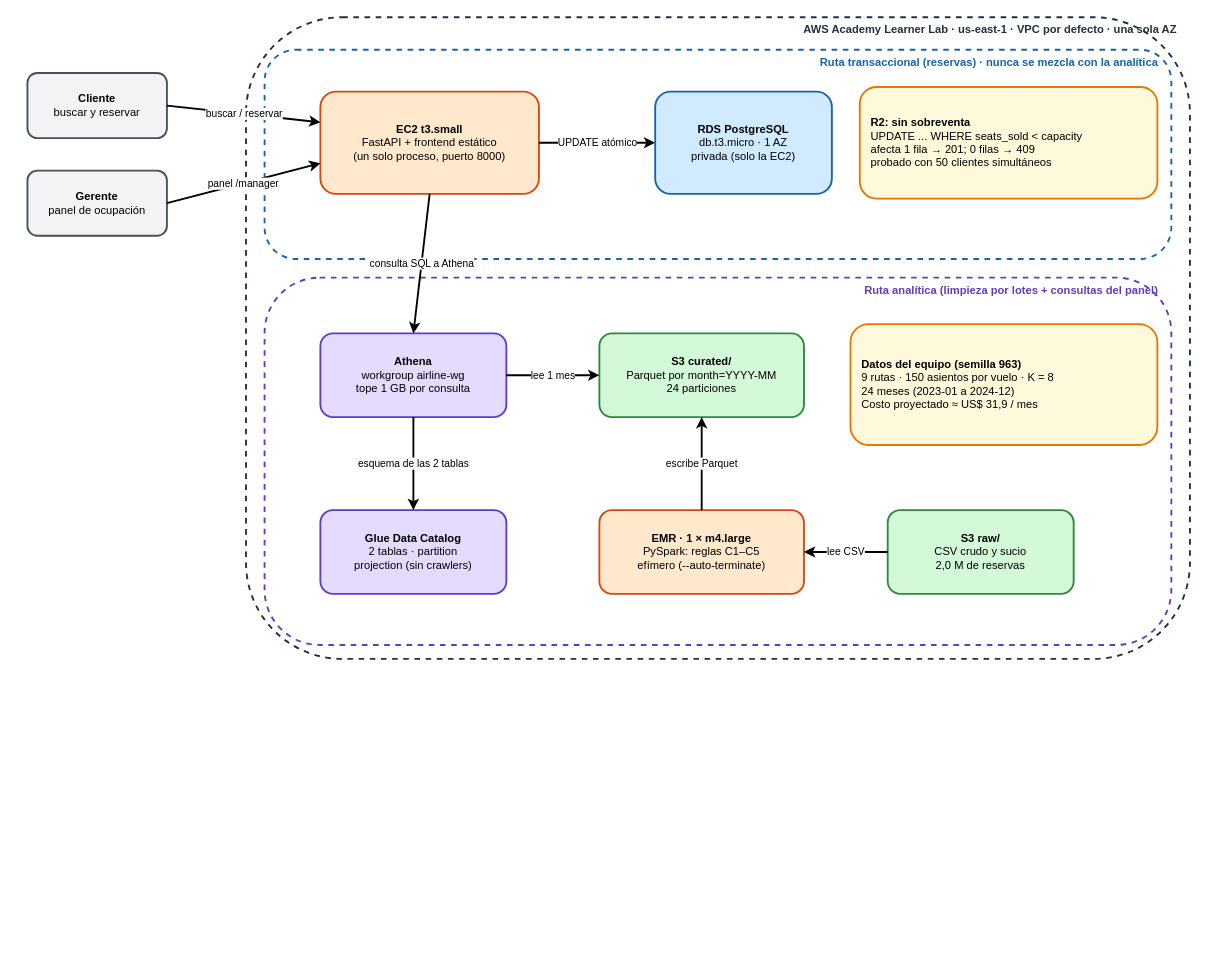
Earlier version of the draw.io diagram parcial2/docs/diagrams/06-arquitectura-aws-parcial2.drawio (asantiagodiaz/BD_parcial1). Source tidied: cells renumbered, new cells numbered last; positions are measured from the earlier drawing's top-left corner, leaving out a move shared by most shapes. Both pictures are drawn from the tidied source at 93%, with x=0, y=0 at pixel (27, 17).
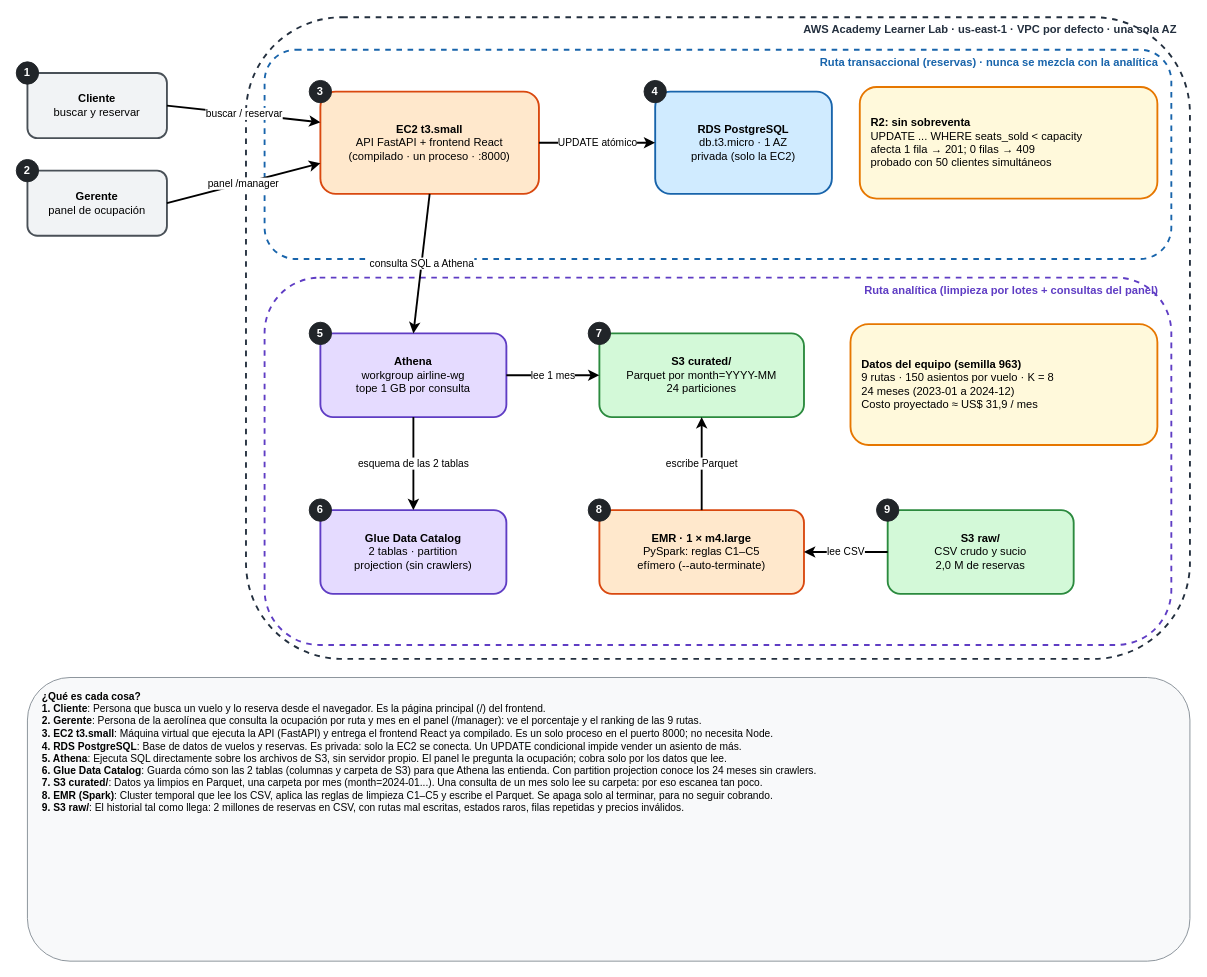
Above is the later version.

Commit message (it also covers changes not shown here):
Parcial 2: annotate the architecture diagram and update it for the React frontend

The edit, as a diff of the source:
```diff
@@
-    <mxCell id="7" value="&lt;b&gt;EC2 t3.small&lt;/b&gt;&lt;br&gt;FastAPI + frontend estático&lt;br&gt;(un solo proceso, puerto 8000)" style="rounded=1;whiteSpace=wrap;html=1;fillColor=#ffe8cc;strokeColor=#d9480f;strokeWidth=2;align=center;" parent="1" vertex="1">
+    <mxCell id="7" value="&lt;b&gt;EC2 t3.small&lt;/b&gt;&lt;br&gt;API FastAPI + frontend React&lt;br&gt;(compilado · un proceso · :8000)" style="rounded=1;whiteSpace=wrap;html=1;fillColor=#ffe8cc;strokeColor=#d9480f;strokeWidth=2;align=center;" parent="1" vertex="1">
       <mxGeometry x="315" y="80" width="235" height="110" as="geometry" />
     </mxCell>
@@
+    <mxCell id="24" value="1" style="ellipse;whiteSpace=wrap;html=1;fillColor=#212529;fontColor=#ffffff;strokeColor=#212529;fontStyle=1;" parent="1" vertex="1">
+      <mxGeometry x="-12" y="48" width="24" height="24" as="geometry" />
+    </mxCell>
+    <mxCell id="25" value="2" style="ellipse;whiteSpace=wrap;html=1;fillColor=#212529;fontColor=#ffffff;strokeColor=#212529;fontStyle=1;" parent="1" vertex="1">
+      <mxGeometry x="-12" y="153" width="24" height="24" as="geometry" />
+    </mxCell>
+    <mxCell id="26" value="3" style="ellipse;whiteSpace=wrap;html=1;fillColor=#212529;fontColor=#ffffff;strokeColor=#212529;fontStyle=1;" parent="1" vertex="1">
+      <mxGeometry x="303" y="68" width="24" height="24" as="geometry" />
+    </mxCell>
+    <mxCell id="27" value="4" style="ellipse;whiteSpace=wrap;html=1;fillColor=#212529;fontColor=#ffffff;strokeColor=#212529;fontStyle=1;" parent="1" vertex="1">
+      <mxGeometry x="663" y="68" width="24" height="24" as="geometry" />
+    </mxCell>
+    <mxCell id="28" value="5" style="ellipse;whiteSpace=wrap;html=1;fillColor=#212529;fontColor=#ffffff;strokeColor=#212529;fontStyle=1;" parent="1" vertex="1">
+      <mxGeometry x="303" y="328" width="24" height="24" as="geometry" />
+    </mxCell>
+    <mxCell id="29" value="6" style="ellipse;whiteSpace=wrap;html=1;fillColor=#212529;fontColor=#ffffff;strokeColor=#212529;fontStyle=1;" parent="1" vertex="1">
+      <mxGeometry x="303" y="518" width="24" height="24" as="geometry" />
+    </mxCell>
+    <mxCell id="30" value="7" style="ellipse;whiteSpace=wrap;html=1;fillColor=#212529;fontColor=#ffffff;strokeColor=#212529;fontStyle=1;" parent="1" vertex="1">
+      <mxGeometry x="603" y="328" width="24" height="24" as="geometry" />
+    </mxCell>
+    <mxCell id="31" value="8" style="ellipse;whiteSpace=wrap;html=1;fillColor=#212529;fontColor=#ffffff;strokeColor=#212529;fontStyle=1;" parent="1" vertex="1">
+      <mxGeometry x="603" y="518" width="24" height="24" as="geometry" />
+    </mxCell>
+    <mxCell id="32" value="9" style="ellipse;whiteSpace=wrap;html=1;fillColor=#212529;fontColor=#ffffff;strokeColor=#212529;fontStyle=1;" parent="1" vertex="1">
+      <mxGeometry x="913" y="518" width="24" height="24" as="geometry" />
+    </mxCell>
+    <mxCell id="33" value="&lt;b&gt;¿Qué es cada cosa?&lt;/b&gt;&lt;br&gt;&lt;b&gt;1. Cliente&lt;/b&gt;: Persona que busca un vuelo y lo reserva desde el navegador. Es la página principal (/) del frontend.&lt;br&gt;&lt;b&gt;2. Gerente&lt;/b&gt;: Persona de la aerolínea que consulta la ocupación por ruta y mes en el panel (/manager): ve el porcentaje y el ranking de las 9 rutas.&lt;br&gt;&lt;b&gt;3. EC2 t3.small&lt;/b&gt;: Máquina virtual que ejecuta la API (FastAPI) y entrega el frontend React ya compilado. Es un solo proceso en el puerto 8000; no necesita Node.&lt;br&gt;&lt;b&gt;4. RDS PostgreSQL&lt;/b&gt;: Base de datos de vuelos y reservas. Es privada: solo la EC2 se conecta. Un UPDATE condicional impide vender un asiento de más.&lt;br&gt;&lt;b&gt;5. Athena&lt;/b&gt;: Ejecuta SQL directamente sobre los archivos de S3, sin servidor propio. El panel le pregunta la ocupación; cobra solo por los datos que lee.&lt;br&gt;&lt;b&gt;6. Glue Data Catalog&lt;/b&gt;: Guarda cómo son las 2 tablas (columnas y carpeta de S3) para que Athena las entienda. Con partition projection conoce los 24 meses sin crawlers.&lt;br&gt;&lt;b&gt;7. S3 curated/&lt;/b&gt;: Datos ya limpios en Parquet, una carpeta por mes (month=2024-01...). Una consulta de un mes solo lee su carpeta: por eso escanea tan poco.&lt;br&gt;&lt;b&gt;8. EMR (Spark)&lt;/b&gt;: Cluster temporal que lee los CSV, aplica las reglas de limpieza C1–C5 y escribe el Parquet. Se apaga solo al terminar, para no seguir cobrando.&lt;br&gt;&lt;b&gt;9. S3 raw/&lt;/b&gt;: El historial tal como llega: 2 millones de reservas en CSV, con rutas mal escritas, estados raros, filas repetidas y precios inválidos." style="rounded=1;whiteSpace=wrap;html=1;fillColor=#f8f9fa;strokeColor=#868e96;align=left;verticalAlign=top;spacingLeft=14;spacingTop=8;fontSize=11;" parent="1" vertex="1">
+      <mxGeometry y="710" width="1250" height="305" as="geometry" />
+    </mxCell>
```
